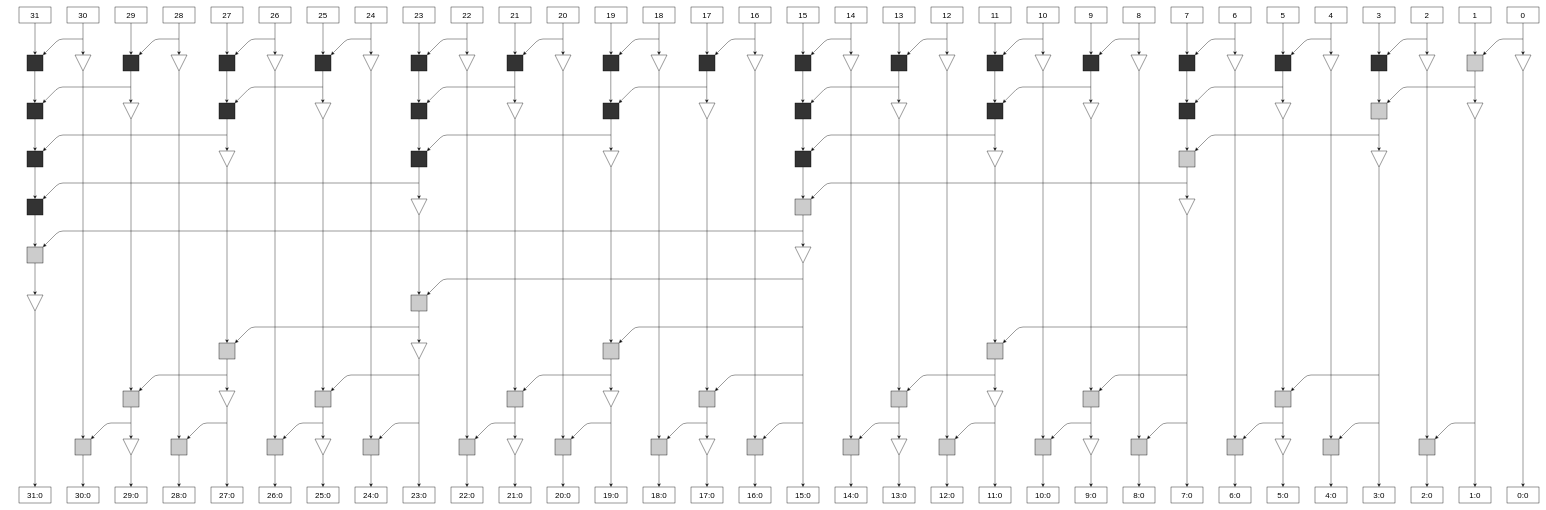
jackwatson01234/draw.io keeps this draw.io diagram as HW2_Arith.drawio. Above is the earlier version. Source tidied: cells renumbered, new cells numbered last; positions are measured from the earlier drawing's top-left corner, leaving out a move shared by most shapes. Both pictures are drawn from the tidied source at 40%, with x=0, y=0 at pixel (19, 7).
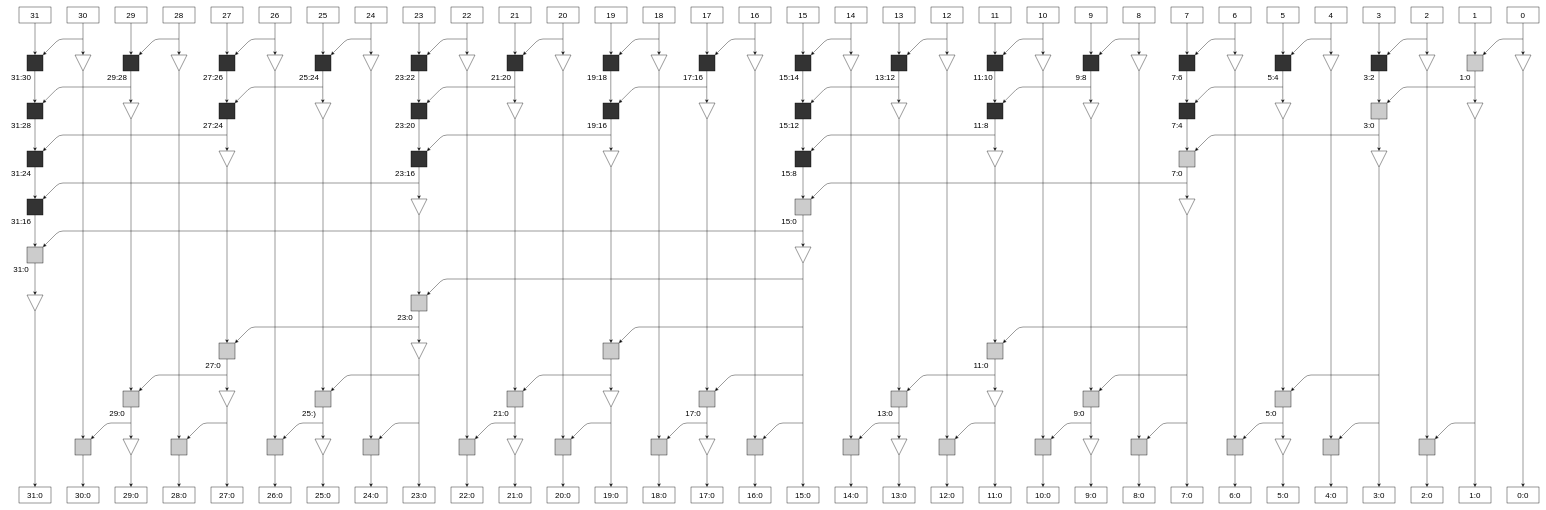
The same diagram, later.

Change to the diagram source:
```diff
@@
+    <mxCell id="355" value="1:0" style="text;html=1;align=center;verticalAlign=middle;fontSize=20;" parent="1" vertex="1">
+      <mxGeometry x="3595" y="160" width="40" height="30" as="geometry" />
+    </mxCell>
+    <mxCell id="356" value="3:2" style="text;html=1;align=center;verticalAlign=middle;fontSize=20;" parent="1" vertex="1">
+      <mxGeometry x="3355" y="160" width="40" height="30" as="geometry" />
+    </mxCell>
+    <mxCell id="357" value="5:4" style="text;html=1;align=center;verticalAlign=middle;fontSize=20;" parent="1" vertex="1">
+      <mxGeometry x="3115" y="160" width="40" height="30" as="geometry" />
+    </mxCell>
+    <mxCell id="358" value="7:6" style="text;html=1;align=center;verticalAlign=middle;fontSize=20;" parent="1" vertex="1">
+      <mxGeometry x="2875" y="160" width="40" height="30" as="geometry" />
+    </mxCell>
+    <mxCell id="359" value="9:8" style="text;html=1;align=center;verticalAlign=middle;fontSize=20;" parent="1" vertex="1">
+      <mxGeometry x="2635" y="160" width="40" height="30" as="geometry" />
+    </mxCell>
+    <mxCell id="360" value="11:10" style="text;html=1;align=center;verticalAlign=middle;fontSize=20;" parent="1" vertex="1">
+      <mxGeometry x="2380" y="160" width="60" height="30" as="geometry" />
+    </mxCell>
+    <mxCell id="361" value="13:12" style="text;html=1;align=center;verticalAlign=middle;fontSize=20;" parent="1" vertex="1">
+      <mxGeometry x="2130" y="160" width="70" height="30" as="geometry" />
+    </mxCell>
+    <mxCell id="362" value="15:14" style="text;html=1;align=center;verticalAlign=middle;fontSize=20;" parent="1" vertex="1">
+      <mxGeometry x="1890" y="160" width="70" height="30" as="geometry" />
+    </mxCell>
+    <mxCell id="363" value="17:16" style="text;html=1;align=center;verticalAlign=middle;fontSize=20;" parent="1" vertex="1">
+      <mxGeometry x="1650" y="160" width="70" height="30" as="geometry" />
+    </mxCell>
+    <mxCell id="364" value="19:18" style="text;html=1;align=center;verticalAlign=middle;fontSize=20;" parent="1" vertex="1">
+      <mxGeometry x="1410" y="160" width="70" height="30" as="geometry" />
+    </mxCell>
+    <mxCell id="365" value="21:20" style="text;html=1;align=center;verticalAlign=middle;fontSize=20;" parent="1" vertex="1">
+      <mxGeometry x="1170" y="160" width="70" height="30" as="geometry" />
+    </mxCell>
+    <mxCell id="366" value="23:22" style="text;html=1;align=center;verticalAlign=middle;fontSize=20;" parent="1" vertex="1">
+      <mxGeometry x="930" y="160" width="70" height="30" as="geometry" />
+    </mxCell>
+    <mxCell id="367" value="25:24" style="text;html=1;align=center;verticalAlign=middle;fontSize=20;" parent="1" vertex="1">
+      <mxGeometry x="690" y="160" width="70" height="30" as="geometry" />
+    </mxCell>
+    <mxCell id="368" value="27:26" style="text;html=1;align=center;verticalAlign=middle;fontSize=20;" parent="1" vertex="1">
+      <mxGeometry x="450" y="160" width="70" height="30" as="geometry" />
+    </mxCell>
+    <mxCell id="369" value="29:28" style="text;html=1;align=center;verticalAlign=middle;fontSize=20;" parent="1" vertex="1">
+      <mxGeometry x="210" y="160" width="70" height="30" as="geometry" />
+    </mxCell>
+    <mxCell id="370" value="31:30" style="text;html=1;align=center;verticalAlign=middle;fontSize=20;" parent="1" vertex="1">
+      <mxGeometry x="-30" y="160" width="70" height="30" as="geometry" />
+    </mxCell>
+    <mxCell id="371" value="31:28" style="text;html=1;align=center;verticalAlign=middle;fontSize=20;" parent="1" vertex="1">
+      <mxGeometry x="-30" y="280" width="70" height="30" as="geometry" />
+    </mxCell>
+    <mxCell id="372" value="31:24" style="text;html=1;align=center;verticalAlign=middle;fontSize=20;" parent="1" vertex="1">
+      <mxGeometry x="-30" y="400" width="70" height="30" as="geometry" />
+    </mxCell>
+    <mxCell id="373" value="31:16" style="text;html=1;align=center;verticalAlign=middle;fontSize=20;" parent="1" vertex="1">
+      <mxGeometry x="-30" y="520" width="70" height="30" as="geometry" />
+    </mxCell>
+    <mxCell id="374" value="31:0" style="text;html=1;align=center;verticalAlign=middle;fontSize=20;" parent="1" vertex="1">
+      <mxGeometry x="-20" y="640" width="50" height="30" as="geometry" />
+    </mxCell>
+    <mxCell id="375" value="27:24" style="text;html=1;align=center;verticalAlign=middle;fontSize=20;" parent="1" vertex="1">
+      <mxGeometry x="450" y="280" width="70" height="30" as="geometry" />
+    </mxCell>
+    <mxCell id="376" value="23:20" style="text;html=1;align=center;verticalAlign=middle;fontSize=20;" parent="1" vertex="1">
+      <mxGeometry x="930" y="280" width="70" height="30" as="geometry" />
+    </mxCell>
+    <mxCell id="377" value="23:16" style="text;html=1;align=center;verticalAlign=middle;fontSize=20;" parent="1" vertex="1">
+      <mxGeometry x="930" y="400" width="70" height="30" as="geometry" />
+    </mxCell>
+    <mxCell id="378" value="19:16" style="text;html=1;align=center;verticalAlign=middle;fontSize=20;" parent="1" vertex="1">
+      <mxGeometry x="1410" y="280" width="70" height="30" as="geometry" />
+    </mxCell>
+    <mxCell id="379" value="15:12" style="text;html=1;align=center;verticalAlign=middle;fontSize=20;" parent="1" vertex="1">
+      <mxGeometry x="1890" y="280" width="70" height="30" as="geometry" />
+    </mxCell>
+    <mxCell id="380" value="15:8" style="text;html=1;align=center;verticalAlign=middle;fontSize=20;" parent="1" vertex="1">
+      <mxGeometry x="1900" y="400" width="50" height="30" as="geometry" />
+    </mxCell>
+    <mxCell id="381" value="15:0" style="text;html=1;align=center;verticalAlign=middle;fontSize=20;" parent="1" vertex="1">
+      <mxGeometry x="1900" y="520" width="50" height="30" as="geometry" />
+    </mxCell>
+    <mxCell id="382" value="11:8" style="text;html=1;align=center;verticalAlign=middle;fontSize=20;" parent="1" vertex="1">
+      <mxGeometry x="2380" y="280" width="50" height="30" as="geometry" />
+    </mxCell>
+    <mxCell id="383" value="7:4" style="text;html=1;align=center;verticalAlign=middle;fontSize=20;" parent="1" vertex="1">
+      <mxGeometry x="2875" y="280" width="40" height="30" as="geometry" />
+    </mxCell>
+    <mxCell id="384" value="7:0" style="text;html=1;align=center;verticalAlign=middle;fontSize=20;" parent="1" vertex="1">
+      <mxGeometry x="2875" y="400" width="40" height="30" as="geometry" />
+    </mxCell>
+    <mxCell id="385" value="3:0" style="text;html=1;align=center;verticalAlign=middle;fontSize=20;" parent="1" vertex="1">
+      <mxGeometry x="3355" y="280" width="40" height="30" as="geometry" />
+    </mxCell>
+    <mxCell id="386" value="23:0" style="text;html=1;align=center;verticalAlign=middle;fontSize=20;" parent="1" vertex="1">
+      <mxGeometry x="940" y="760" width="50" height="30" as="geometry" />
+    </mxCell>
+    <mxCell id="387" value="27:0" style="text;html=1;align=center;verticalAlign=middle;fontSize=20;" parent="1" vertex="1">
+      <mxGeometry x="460" y="880" width="50" height="30" as="geometry" />
+    </mxCell>
+    <mxCell id="388" value="29:0" style="text;html=1;align=center;verticalAlign=middle;fontSize=20;" parent="1" vertex="1">
+      <mxGeometry x="220" y="1000" width="50" height="30" as="geometry" />
+    </mxCell>
+    <mxCell id="389" value="25:)" style="text;html=1;align=center;verticalAlign=middle;fontSize=20;" parent="1" vertex="1">
+      <mxGeometry x="700" y="1000" width="50" height="30" as="geometry" />
+    </mxCell>
+    <mxCell id="390" value="21:0" style="text;html=1;align=center;verticalAlign=middle;fontSize=20;" parent="1" vertex="1">
+      <mxGeometry x="1180" y="1000" width="50" height="30" as="geometry" />
+    </mxCell>
+    <mxCell id="391" value="17:0" style="text;html=1;align=center;verticalAlign=middle;fontSize=20;" parent="1" vertex="1">
+      <mxGeometry x="1660" y="1000" width="50" height="30" as="geometry" />
+    </mxCell>
+    <mxCell id="392" value="13:0" style="text;html=1;align=center;verticalAlign=middle;fontSize=20;" parent="1" vertex="1">
+      <mxGeometry x="2140" y="1000" width="50" height="30" as="geometry" />
+    </mxCell>
+    <mxCell id="393" value="11:0" style="text;html=1;align=center;verticalAlign=middle;fontSize=20;" parent="1" vertex="1">
+      <mxGeometry x="2380" y="880" width="50" height="30" as="geometry" />
+    </mxCell>
+    <mxCell id="394" value="9:0" style="text;html=1;align=center;verticalAlign=middle;fontSize=20;" parent="1" vertex="1">
+      <mxGeometry x="2630" y="1000" width="40" height="30" as="geometry" />
+    </mxCell>
+    <mxCell id="395" value="5:0" style="text;html=1;align=center;verticalAlign=middle;fontSize=20;" parent="1" vertex="1">
+      <mxGeometry x="3110" y="1000" width="40" height="30" as="geometry" />
+    </mxCell>
```
